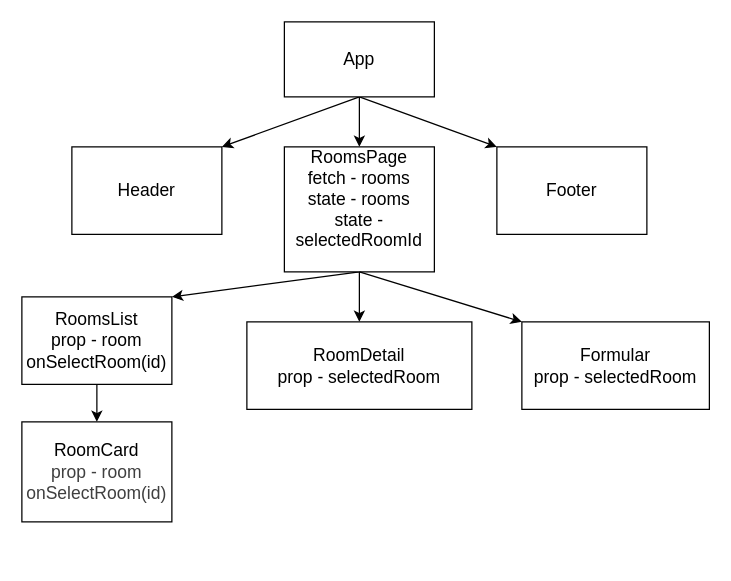
The draw.io diagram diagram.dio in Nekvaja/hotel-stribrava-new, before the edit. Source tidied: cells renumbered, new cells numbered last; positions are measured from the earlier drawing's top-left corner, leaving out a move shared by most shapes. Both pictures are drawn from the tidied source at 125%, with x=0, y=0 at pixel (21, 21).
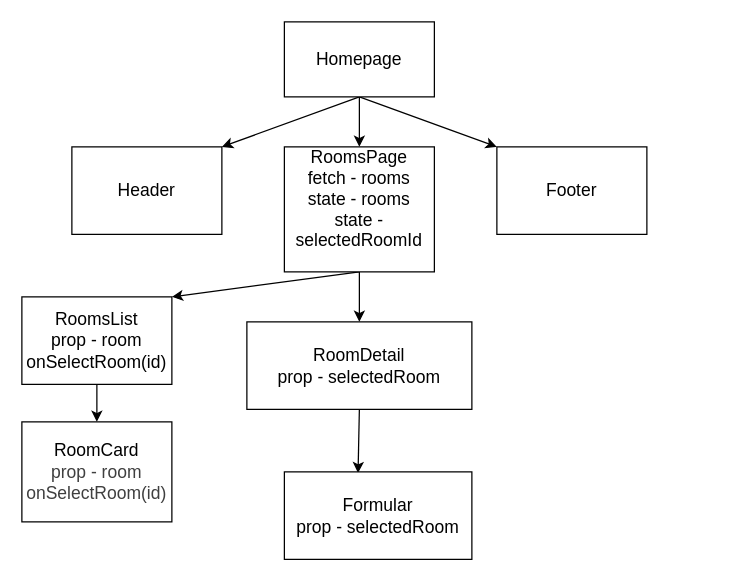
Above is the later version.

Commit message (it also covers changes not shown here):
split code into components according to diagram

Diff of the diagram source:
```diff
@@
 <mxGraphModel>
   <root>
     <mxCell id="0" />
     <mxCell id="1" parent="0" />
     <mxCell id="2" style="edgeStyle=none;html=1;exitX=0.5;exitY=1;exitDx=0;exitDy=0;entryX=0.5;entryY=0;entryDx=0;entryDy=0;" parent="1" edge="1" source="5" target="7">
       <mxGeometry relative="1" as="geometry" />
     </mxCell>
     <mxCell id="3" style="edgeStyle=none;html=1;exitX=0.5;exitY=1;exitDx=0;exitDy=0;entryX=0;entryY=0;entryDx=0;entryDy=0;" parent="1" edge="1" source="5" target="8">
       <mxGeometry relative="1" as="geometry" />
     </mxCell>
     <mxCell id="4" style="edgeStyle=none;html=1;exitX=0.5;exitY=1;exitDx=0;exitDy=0;entryX=1;entryY=0;entryDx=0;entryDy=0;" parent="1" edge="1" source="5" target="9">
       <mxGeometry relative="1" as="geometry" />
     </mxCell>
-    <mxCell id="5" value="&lt;font style=&quot;font-size: 14px;&quot;&gt;App&lt;/font&gt;" style="rounded=0;whiteSpace=wrap;html=1;" parent="1" vertex="1">
+    <mxCell id="5" value="&lt;font style=&quot;font-size: 14px;&quot;&gt;Homepage&lt;/font&gt;" style="rounded=0;whiteSpace=wrap;html=1;" parent="1" vertex="1">
       <mxGeometry x="210" width="120" height="60" as="geometry" />
     </mxCell>
     <mxCell id="6" style="edgeStyle=none;html=1;exitX=0.5;exitY=1;exitDx=0;exitDy=0;entryX=1;entryY=0;entryDx=0;entryDy=0;" parent="1" edge="1" source="7" target="13">
       <mxGeometry relative="1" as="geometry" />
     </mxCell>
     <mxCell id="7" value="&lt;span style=&quot;font-size: 14px;&quot;&gt;RoomsPage&lt;br&gt;fetch - rooms&lt;br&gt;state - rooms&lt;br&gt;state - selectedRoomId&lt;/span&gt;&lt;div&gt;&lt;span style=&quot;font-size: 14px;&quot;&gt;&lt;br&gt;&lt;/span&gt;&lt;/div&gt;" style="rounded=0;whiteSpace=wrap;html=1;" parent="1" vertex="1">
       <mxGeometry x="210" y="100" width="120" height="100" as="geometry" />
     </mxCell>
     <mxCell id="8" value="&lt;font style=&quot;font-size: 14px;&quot;&gt;Footer&lt;/font&gt;" style="rounded=0;whiteSpace=wrap;html=1;" parent="1" vertex="1">
       <mxGeometry x="380" y="100" width="120" height="70" as="geometry" />
     </mxCell>
     <mxCell id="9" value="&lt;font style=&quot;font-size: 14px;&quot;&gt;Header&lt;/font&gt;" style="rounded=0;whiteSpace=wrap;html=1;" parent="1" vertex="1">
       <mxGeometry x="40" y="100" width="120" height="70" as="geometry" />
     </mxCell>
     <mxCell id="10" style="edgeStyle=none;html=1;exitX=0.5;exitY=1;exitDx=0;exitDy=0;entryX=0.5;entryY=0;entryDx=0;entryDy=0;" parent="1" edge="1" source="7" target="15">
       <mxGeometry relative="1" as="geometry" />
     </mxCell>
-    <mxCell id="11" style="edgeStyle=none;html=1;exitX=0.5;exitY=1;exitDx=0;exitDy=0;entryX=0;entryY=0;entryDx=0;entryDy=0;" parent="1" edge="1" source="7" target="16">
+    <mxCell id="11" style="edgeStyle=none;html=1;exitX=0.5;exitY=1;exitDx=0;exitDy=0;entryX=0.393;entryY=0.014;entryDx=0;entryDy=0;entryPerimeter=0;" parent="1" edge="1" source="15" target="16">
       <mxGeometry relative="1" as="geometry" />
     </mxCell>
     <mxCell id="12" style="edgeStyle=none;html=1;exitX=0.5;exitY=1;exitDx=0;exitDy=0;entryX=0.5;entryY=0;entryDx=0;entryDy=0;" parent="1" edge="1" source="13" target="14">
       <mxGeometry relative="1" as="geometry" />
     </mxCell>
     <mxCell id="13" value="&lt;font style=&quot;font-size: 14px;&quot;&gt;RoomsList&lt;br&gt;prop - room&lt;br&gt;onSelectRoom(id)&lt;/font&gt;" style="rounded=0;whiteSpace=wrap;html=1;" parent="1" vertex="1">
       <mxGeometry y="220" width="120" height="70" as="geometry" />
     </mxCell>
     <mxCell id="14" value="&lt;font style=&quot;font-size: 14px;&quot;&gt;RoomCard&lt;br&gt;&lt;span style=&quot;color: rgb(63, 63, 63);&quot;&gt;prop - room onSelectRoom(id)&lt;/span&gt;&lt;/font&gt;" style="rounded=0;whiteSpace=wrap;html=1;" parent="1" vertex="1">
       <mxGeometry y="320" width="120" height="80" as="geometry" />
     </mxCell>
     <mxCell id="15" value="&lt;font style=&quot;font-size: 14px;&quot;&gt;RoomDetail&lt;br&gt;prop - selectedRoom&lt;/font&gt;" style="rounded=0;whiteSpace=wrap;html=1;" parent="1" vertex="1">
       <mxGeometry x="180" y="240" width="180" height="70" as="geometry" />
     </mxCell>
     <mxCell id="16" value="&lt;font style=&quot;font-size: 14px;&quot;&gt;Formular&lt;br&gt;prop - selectedRoom&lt;/font&gt;" style="rounded=0;whiteSpace=wrap;html=1;" parent="1" vertex="1">
-      <mxGeometry x="400" y="240" width="150" height="70" as="geometry" />
+      <mxGeometry x="210" y="360" width="150" height="70" as="geometry" />
     </mxCell>
   </root>
 </mxGraphModel>
```
